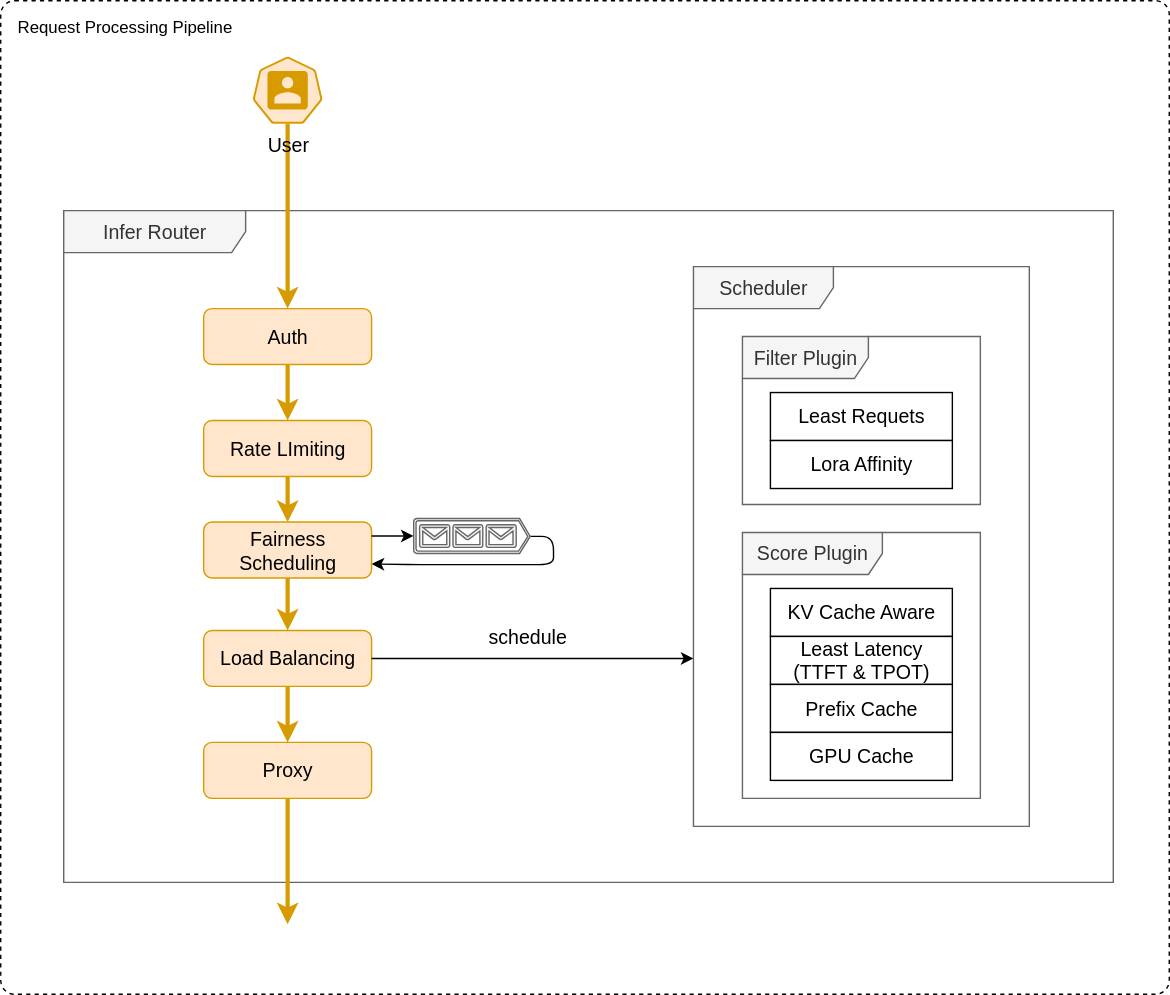
Above: docs/kthena/static/img/diagrams/architecture/request_pipeline.svg in matrixinfer-ai/kthena (draw.io), before the change. Source tidied: cells renumbered, new cells last; positions are measured from the earlier drawing's top-left corner, leaving out a move shared by most shapes.
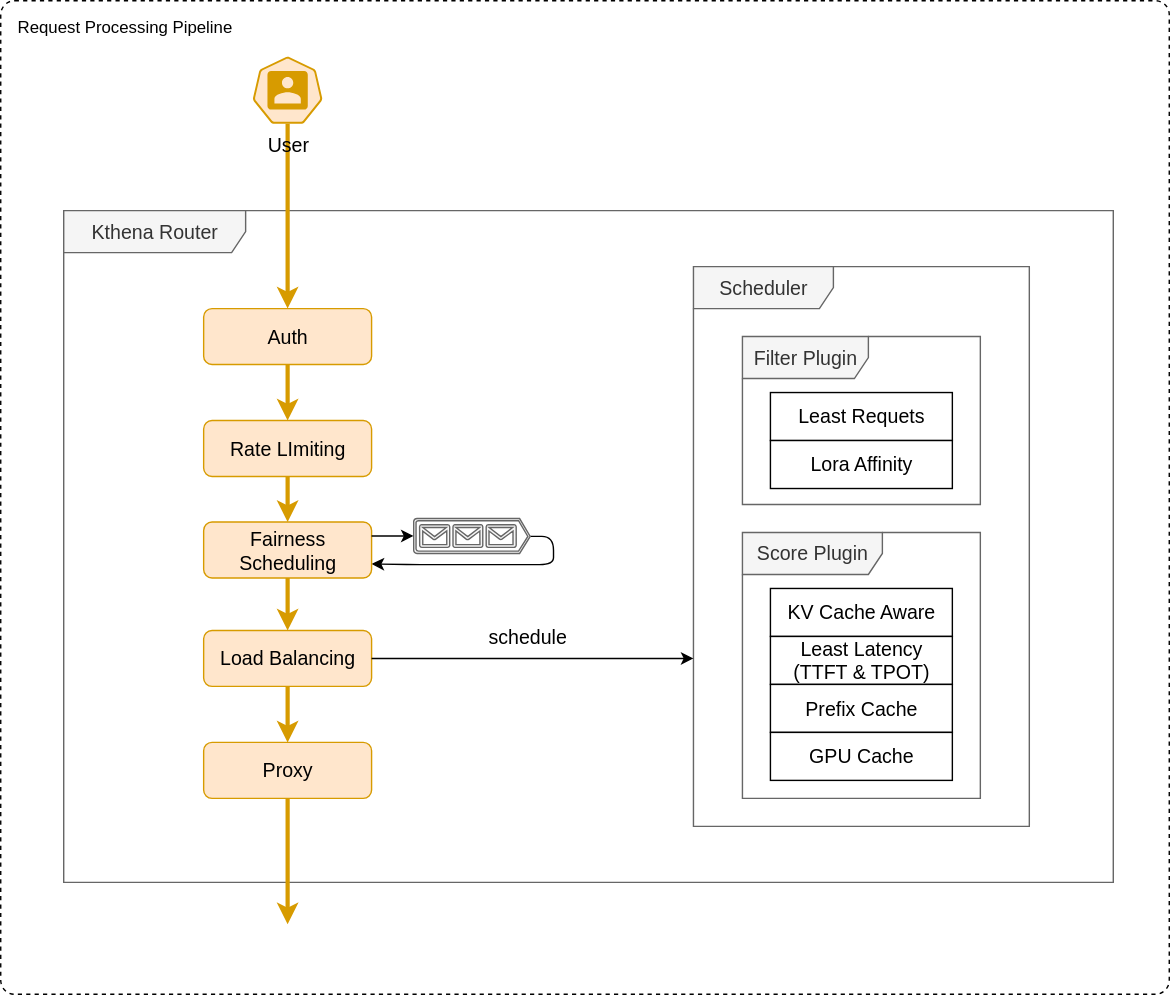
After the commit.

Diff of the diagram source:
```diff
@@ -5,7 +5,7 @@
     <mxCell id="2" value="Request Processing Pipeline" style="dashed=1;rounded=1;absoluteArcSize=1;arcSize=20;html=1;verticalAlign=top;align=left;spacingTop=5;spacingLeft=10;whiteSpace=wrap;fillColor=#FFFFFF;" parent="1" vertex="1">
       <mxGeometry width="835" height="710" as="geometry" />
     </mxCell>
-    <mxCell id="3" value="Infer Router" style="shape=umlFrame;whiteSpace=wrap;html=1;width=130;fillStyle=auto;fillColor=#F5F5F5;fontColor=#333333;strokeColor=#666666;fontSize=14;height=30;rounded=1;" parent="1" vertex="1">
+    <mxCell id="3" value="Kthena Router" style="shape=umlFrame;whiteSpace=wrap;html=1;width=130;fillStyle=auto;fillColor=#F5F5F5;fontColor=#333333;strokeColor=#666666;fontSize=14;height=30;rounded=1;" parent="1" vertex="1">
       <mxGeometry x="45" y="150" width="750" height="480" as="geometry" />
     </mxCell>
     <mxCell id="4" style="edgeStyle=orthogonalEdgeStyle;rounded=1;jettySize=auto;html=1;exitX=0.5;exitY=1;exitDx=0;exitDy=0;exitPerimeter=0;entryX=0.5;entryY=0;entryDx=0;entryDy=0;fillColor=#ffe6cc;strokeColor=#d79b00;strokeWidth=3;fontSize=14;" parent="1" edge="1" source="5" target="7">
```
